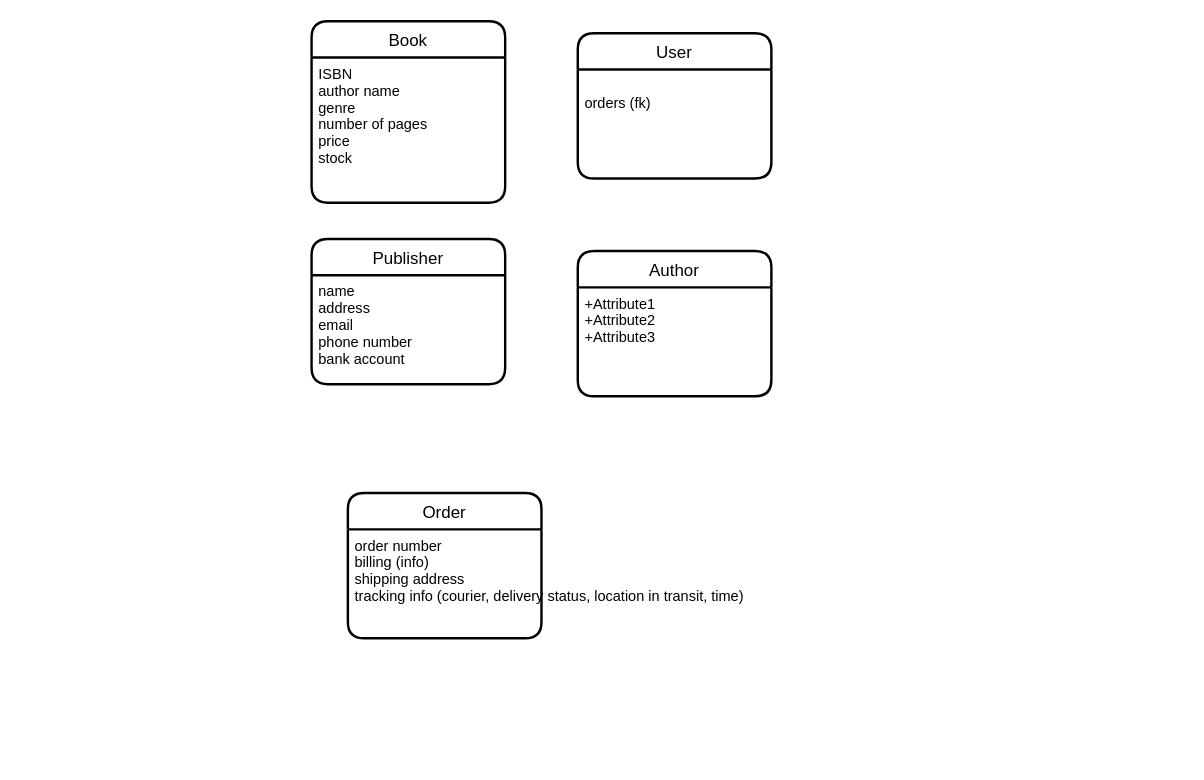
This is report/ERDiagram.drawio from phampe68/COMP3005FinalProject, a draw.io file, before an edit. Source tidied: cells renumbered, new cells numbered last; positions are measured from the earlier drawing's top-left corner, leaving out a move shared by most shapes. Both pictures are drawn from the tidied source at 121%, with x=0, y=0 at pixel (311, 21).
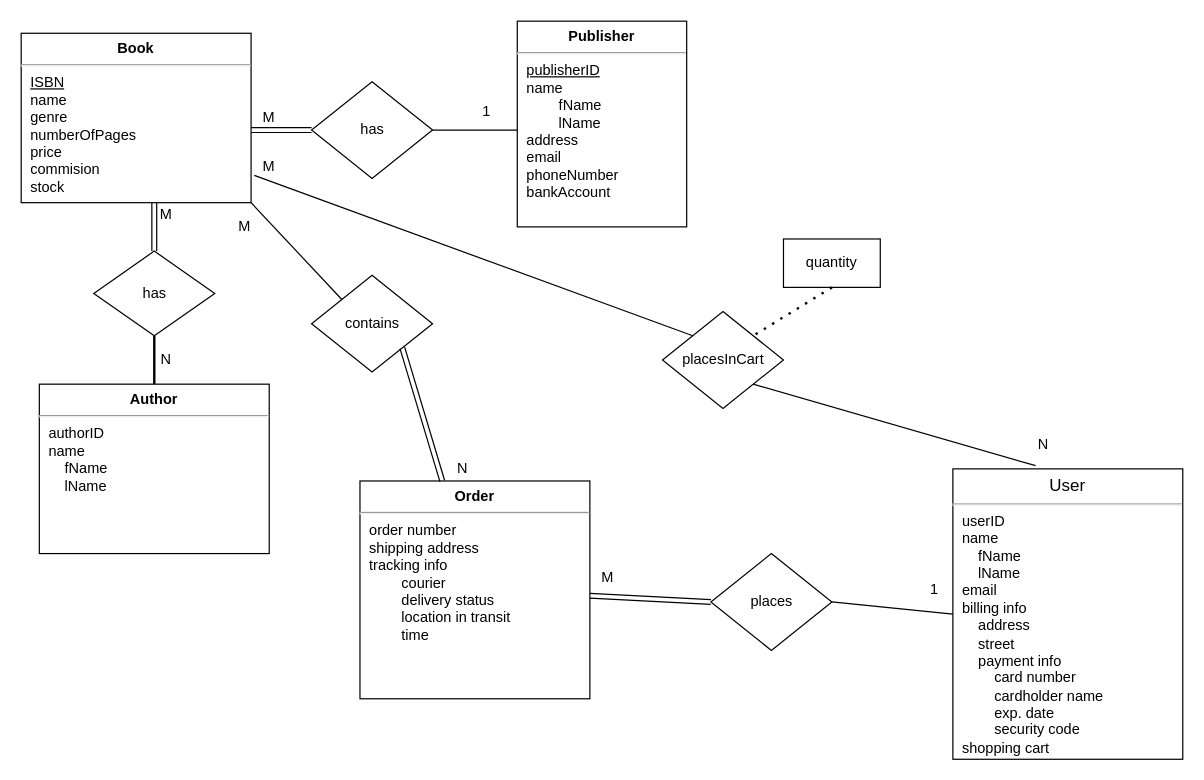
The same diagram, later.

Commit message:
updated report diagram

Change to the diagram source:
```diff
@@
-    <mxCell id="2" value="Book" style="swimlane;horizontal=1;startSize=30;rounded=1;fontSize=14;fontStyle=0;strokeWidth=2;shadow=0;dashed=0;align=center;" parent="1" vertex="1">
-      <mxGeometry width="160" height="150" as="geometry" />
-    </mxCell>
-    <mxCell id="3" value="ISBN&#10;author name&#10;genre&#10;number of pages&#10;price&#10;stock" style="align=left;strokeColor=none;fillColor=none;spacingLeft=4;fontSize=12;verticalAlign=top;" parent="2" vertex="1">
-      <mxGeometry y="30" width="160" height="120" as="geometry" />
-    </mxCell>
-    <mxCell id="4" value="User" style="swimlane;horizontal=1;startSize=30;rounded=1;fontSize=14;fontStyle=0;strokeWidth=2;shadow=0;dashed=0;align=center;" parent="1" vertex="1">
-      <mxGeometry x="220" y="10" width="160" height="120" as="geometry" />
-    </mxCell>
-    <mxCell id="5" value="&#10;orders (fk)" style="align=left;strokeColor=none;fillColor=none;spacingLeft=4;fontSize=12;verticalAlign=top;" parent="4" vertex="1">
-      <mxGeometry y="30" width="160" height="90" as="geometry" />
-    </mxCell>
-    <mxCell id="6" value="Publisher" style="swimlane;horizontal=1;startSize=30;rounded=1;fontSize=14;fontStyle=0;strokeWidth=2;shadow=0;dashed=0;align=center;" parent="1" vertex="1">
-      <mxGeometry y="180" width="160" height="120" as="geometry" />
-    </mxCell>
-    <mxCell id="7" value="name&#10;address&#10;email&#10;phone number&#10;bank account&#10;" style="align=left;strokeColor=none;fillColor=none;spacingLeft=4;fontSize=12;verticalAlign=top;" parent="6" vertex="1">
-      <mxGeometry y="30" width="160" height="90" as="geometry" />
-    </mxCell>
-    <mxCell id="8" value="Author" style="swimlane;horizontal=1;startSize=30;rounded=1;fontSize=14;fontStyle=0;strokeWidth=2;shadow=0;dashed=0;align=center;" parent="1" vertex="1">
-      <mxGeometry x="220" y="190" width="160" height="120" as="geometry" />
-    </mxCell>
-    <mxCell id="9" value="+Attribute1&#10;+Attribute2&#10;+Attribute3" style="align=left;strokeColor=none;fillColor=none;spacingLeft=4;fontSize=12;verticalAlign=top;" parent="8" vertex="1">
-      <mxGeometry y="30" width="160" height="90" as="geometry" />
-    </mxCell>
-    <mxCell id="10" value="Order" style="swimlane;horizontal=1;startSize=30;rounded=1;fontSize=14;fontStyle=0;strokeWidth=2;shadow=0;dashed=0;align=center;" parent="1" vertex="1">
-      <mxGeometry x="30" y="390" width="160" height="120" as="geometry" />
-    </mxCell>
-    <mxCell id="11" value="order number&#10;billing (info)&#10;shipping address&#10;tracking info (courier, delivery status, location in transit, time)" style="align=left;strokeColor=none;fillColor=none;spacingLeft=4;fontSize=12;verticalAlign=top;" parent="10" vertex="1">
-      <mxGeometry y="30" width="160" height="90" as="geometry" />
-    </mxCell>
+    <mxCell id="12" value="has" style="shape=rhombus;html=1;dashed=0;whitespace=wrap;perimeter=rhombusPerimeter;" parent="1" vertex="1">
+      <mxGeometry x="-180" y="190" width="100" height="70" as="geometry" />
+    </mxCell>
+    <mxCell id="13" style="edgeStyle=none;shape=link;html=1;exitX=0.5;exitY=1;exitDx=0;exitDy=0;entryX=0.5;entryY=0;entryDx=0;entryDy=0;strokeColor=default;" parent="1" edge="1" target="12">
+      <mxGeometry relative="1" as="geometry">
+        <mxPoint x="-130" y="150" as="sourcePoint" />
+      </mxGeometry>
+    </mxCell>
+    <mxCell id="14" style="line;strokeWidth=2;direction=south;html=1;" parent="1" vertex="1">
+      <mxGeometry x="-135" y="260" width="10" height="40" as="geometry" />
+    </mxCell>
+    <mxCell id="15" value="M" style="text;html=1;strokeColor=none;fillColor=none;align=center;verticalAlign=middle;whiteSpace=wrap;rounded=0;" parent="1" vertex="1">
+      <mxGeometry x="-135" y="150" width="30" height="20" as="geometry" />
+    </mxCell>
+    <mxCell id="16" value="N" style="text;html=1;strokeColor=none;fillColor=none;align=center;verticalAlign=middle;whiteSpace=wrap;rounded=0;" parent="1" vertex="1">
+      <mxGeometry x="-135" y="270" width="30" height="20" as="geometry" />
+    </mxCell>
+    <mxCell id="17" value="has" style="shape=rhombus;html=1;dashed=0;whitespace=wrap;perimeter=rhombusPerimeter;" parent="1" vertex="1">
+      <mxGeometry y="50" width="100" height="80" as="geometry" />
+    </mxCell>
+    <mxCell id="18" style="line;strokeWidth=1;dashed=0;labelPosition=right;align=left;verticalAlign=middle;spacingTop=0;spacingLeft=6;" parent="1" vertex="1">
+      <mxGeometry x="100" y="85" width="70" height="10" as="geometry" />
+    </mxCell>
+    <mxCell id="19" style="edgeStyle=none;shape=link;html=1;exitX=1;exitY=0.5;exitDx=0;exitDy=0;entryX=0;entryY=0.5;entryDx=0;entryDy=0;strokeColor=default;" parent="1" edge="1" target="17">
+      <mxGeometry relative="1" as="geometry">
+        <mxPoint x="-50" y="90" as="sourcePoint" />
+      </mxGeometry>
+    </mxCell>
+    <mxCell id="20" value="M" style="text;html=1;strokeColor=none;fillColor=none;align=center;verticalAlign=middle;whiteSpace=wrap;rounded=0;" parent="1" vertex="1">
+      <mxGeometry x="-50" y="70" width="30" height="20" as="geometry" />
+    </mxCell>
+    <mxCell id="21" value="1" style="text;html=1;strokeColor=none;fillColor=none;align=center;verticalAlign=middle;whiteSpace=wrap;rounded=0;" parent="1" vertex="1">
+      <mxGeometry x="130" y="65" width="30" height="20" as="geometry" />
+    </mxCell>
+    <mxCell id="22" value="&lt;p style=&quot;margin: 0px ; margin-top: 6px ; text-align: center&quot;&gt;&lt;b&gt;Book&lt;/b&gt;&lt;/p&gt;&lt;hr&gt;&lt;p style=&quot;margin: 0px ; margin-left: 8px&quot;&gt;&lt;u&gt;ISBN&lt;/u&gt;&lt;/p&gt;&lt;p style=&quot;margin: 0px ; margin-left: 8px&quot;&gt;name&lt;/p&gt;&lt;p style=&quot;margin: 0px ; margin-left: 8px&quot;&gt;genre&lt;/p&gt;&lt;p style=&quot;margin: 0px ; margin-left: 8px&quot;&gt;numberOfPages&lt;/p&gt;&lt;p style=&quot;margin: 0px ; margin-left: 8px&quot;&gt;price&lt;/p&gt;&lt;p style=&quot;margin: 0px ; margin-left: 8px&quot;&gt;commision&lt;/p&gt;&lt;p style=&quot;margin: 0px ; margin-left: 8px&quot;&gt;stock&lt;/p&gt;&lt;p style=&quot;margin: 0px ; margin-left: 8px&quot;&gt;&lt;br&gt;&lt;/p&gt;&lt;p style=&quot;margin: 0px ; margin-left: 8px&quot;&gt;&lt;br&gt;&lt;/p&gt;&lt;p style=&quot;margin: 0px ; margin-left: 8px&quot;&gt;&lt;br&gt;&lt;/p&gt;&lt;p style=&quot;margin: 0px ; margin-left: 8px&quot;&gt;&lt;br&gt;&lt;/p&gt;&lt;p style=&quot;margin: 0px ; margin-left: 8px&quot;&gt;&lt;br&gt;&lt;/p&gt;&lt;p style=&quot;margin: 0px ; margin-left: 8px&quot;&gt;&lt;br&gt;&lt;/p&gt;" style="align=left;overflow=fill;html=1;" parent="1" vertex="1">
+      <mxGeometry x="-240" y="10" width="190" height="140" as="geometry" />
+    </mxCell>
+    <mxCell id="23" value="&lt;p style=&quot;margin: 0px ; margin-top: 6px ; text-align: center&quot;&gt;&lt;b&gt;Publisher&lt;/b&gt;&lt;/p&gt;&lt;hr&gt;&lt;p style=&quot;margin: 0px ; margin-left: 8px&quot;&gt;&lt;u&gt;publisherID&lt;/u&gt;&lt;/p&gt;&lt;p style=&quot;margin: 0px ; margin-left: 8px&quot;&gt;name&lt;/p&gt;&lt;p style=&quot;margin: 0px ; margin-left: 8px&quot;&gt;&lt;span style=&quot;white-space: pre&quot;&gt;&#9;&lt;/span&gt;fName&lt;br&gt;&lt;/p&gt;&lt;p style=&quot;margin: 0px ; margin-left: 8px&quot;&gt;&lt;span style=&quot;white-space: pre&quot;&gt;&#9;&lt;/span&gt;lName&lt;br&gt;&lt;/p&gt;&lt;p style=&quot;margin: 0px ; margin-left: 8px&quot;&gt;address&lt;/p&gt;&lt;p style=&quot;margin: 0px ; margin-left: 8px&quot;&gt;email&lt;/p&gt;&lt;p style=&quot;margin: 0px ; margin-left: 8px&quot;&gt;phoneNumber&lt;/p&gt;&lt;p style=&quot;margin: 0px ; margin-left: 8px&quot;&gt;bankAccount&lt;/p&gt;&lt;p style=&quot;margin: 0px ; margin-left: 8px&quot;&gt;&lt;br&gt;&lt;/p&gt;&lt;p style=&quot;margin: 0px ; margin-left: 8px&quot;&gt;&lt;br&gt;&lt;/p&gt;&lt;p style=&quot;margin: 0px ; margin-left: 8px&quot;&gt;&lt;br&gt;&lt;/p&gt;&lt;p style=&quot;margin: 0px ; margin-left: 8px&quot;&gt;&lt;br&gt;&lt;/p&gt;&lt;p style=&quot;margin: 0px ; margin-left: 8px&quot;&gt;&lt;br&gt;&lt;/p&gt;&lt;p style=&quot;margin: 0px ; margin-left: 8px&quot;&gt;&lt;br&gt;&lt;/p&gt;" style="align=left;overflow=fill;html=1;" parent="1" vertex="1">
+      <mxGeometry x="170" width="140" height="170" as="geometry" />
+    </mxCell>
+    <mxCell id="24" value="&lt;p style=&quot;margin: 0px ; margin-top: 6px ; text-align: center&quot;&gt;&lt;b&gt;Author&lt;/b&gt;&lt;/p&gt;&lt;hr&gt;&lt;p style=&quot;margin: 0px ; margin-left: 8px&quot;&gt;authorID&lt;br style=&quot;padding: 0px ; margin: 0px&quot;&gt;name&lt;br style=&quot;padding: 0px ; margin: 0px&quot;&gt;&amp;nbsp;&amp;nbsp;&amp;nbsp;&amp;nbsp;fName&lt;br style=&quot;padding: 0px ; margin: 0px&quot;&gt;&amp;nbsp;&amp;nbsp;&amp;nbsp;&amp;nbsp;lName&lt;/p&gt;&lt;div style=&quot;padding: 0px ; margin: 0px&quot;&gt;&lt;br style=&quot;padding: 0px ; margin: 0px&quot;&gt;&lt;/div&gt;&lt;p style=&quot;margin: 0px ; margin-left: 8px&quot;&gt;&lt;br&gt;&lt;/p&gt;&lt;p style=&quot;margin: 0px ; margin-left: 8px&quot;&gt;&lt;br&gt;&lt;/p&gt;&lt;p style=&quot;margin: 0px ; margin-left: 8px&quot;&gt;&lt;br&gt;&lt;/p&gt;&lt;p style=&quot;margin: 0px ; margin-left: 8px&quot;&gt;&lt;br&gt;&lt;/p&gt;&lt;p style=&quot;margin: 0px ; margin-left: 8px&quot;&gt;&lt;br&gt;&lt;/p&gt;&lt;p style=&quot;margin: 0px ; margin-left: 8px&quot;&gt;&lt;br&gt;&lt;/p&gt;&lt;p style=&quot;margin: 0px ; margin-left: 8px&quot;&gt;&lt;br&gt;&lt;/p&gt;" style="align=left;overflow=fill;html=1;" parent="1" vertex="1">
+      <mxGeometry x="-225" y="300" width="190" height="140" as="geometry" />
+    </mxCell>
+    <mxCell id="25" value="&lt;p style=&quot;margin: 0px ; margin-top: 6px ; text-align: center&quot;&gt;&lt;span style=&quot;font-size: 14px&quot;&gt;User&lt;/span&gt;&lt;br&gt;&lt;/p&gt;&lt;hr&gt;&lt;p style=&quot;margin: 0px ; margin-left: 8px&quot;&gt;userID&lt;/p&gt;&lt;p style=&quot;margin: 0px ; margin-left: 8px&quot;&gt;name&lt;br style=&quot;padding: 0px ; margin: 0px&quot;&gt;&amp;nbsp;&amp;nbsp;&amp;nbsp;&amp;nbsp;fName&lt;br style=&quot;padding: 0px ; margin: 0px&quot;&gt;&amp;nbsp;&amp;nbsp;&amp;nbsp;&amp;nbsp;lName&lt;br style=&quot;padding: 0px ; margin: 0px&quot;&gt;email&lt;br style=&quot;padding: 0px ; margin: 0px&quot;&gt;billing info&lt;br style=&quot;padding: 0px ; margin: 0px&quot;&gt;&amp;nbsp;&amp;nbsp;&amp;nbsp;&amp;nbsp;address&lt;br style=&quot;padding: 0px ; margin: 0px&quot;&gt;&amp;nbsp;&amp;nbsp;&amp;nbsp;&amp;nbsp;street&lt;br style=&quot;padding: 0px ; margin: 0px&quot;&gt;&amp;nbsp;&amp;nbsp;&amp;nbsp;&amp;nbsp;payment info&lt;br style=&quot;padding: 0px ; margin: 0px&quot;&gt;&amp;nbsp;&amp;nbsp;&amp;nbsp;&amp;nbsp;&amp;nbsp;&amp;nbsp;&amp;nbsp;&amp;nbsp;card number&lt;br style=&quot;padding: 0px ; margin: 0px&quot;&gt;&amp;nbsp;&amp;nbsp;&amp;nbsp;&amp;nbsp;&amp;nbsp;&amp;nbsp;&amp;nbsp;&amp;nbsp;cardholder name&lt;br style=&quot;padding: 0px ; margin: 0px&quot;&gt;&amp;nbsp;&amp;nbsp;&amp;nbsp;&amp;nbsp;&amp;nbsp;&amp;nbsp;&amp;nbsp;&amp;nbsp;exp. date&lt;br style=&quot;padding: 0px ; margin: 0px&quot;&gt;&amp;nbsp;&amp;nbsp;&amp;nbsp;&amp;nbsp;&amp;nbsp;&amp;nbsp;&amp;nbsp;&amp;nbsp;security code&lt;/p&gt;&lt;p style=&quot;margin: 0px ; margin-left: 8px&quot;&gt;shopping cart&lt;/p&gt;&lt;p style=&quot;margin: 0px ; margin-left: 8px&quot;&gt;&lt;span style=&quot;white-space: pre&quot;&gt;&#9;&lt;/span&gt;&lt;br&gt;&lt;/p&gt;&lt;div style=&quot;padding: 0px ; margin: 0px&quot;&gt;&lt;br style=&quot;padding: 0px ; margin: 0px&quot;&gt;&lt;/div&gt;&lt;div style=&quot;padding: 0px ; margin: 0px&quot;&gt;&lt;br style=&quot;padding: 0px ; margin: 0px&quot;&gt;&lt;/div&gt;&lt;p style=&quot;margin: 0px ; margin-left: 8px&quot;&gt;&lt;br&gt;&lt;/p&gt;&lt;p style=&quot;margin: 0px ; margin-left: 8px&quot;&gt;&lt;br&gt;&lt;/p&gt;&lt;p style=&quot;margin: 0px ; margin-left: 8px&quot;&gt;&lt;br&gt;&lt;/p&gt;&lt;p style=&quot;margin: 0px ; margin-left: 8px&quot;&gt;&lt;br&gt;&lt;/p&gt;&lt;p style=&quot;margin: 0px ; margin-left: 8px&quot;&gt;&lt;br&gt;&lt;/p&gt;&lt;p style=&quot;margin: 0px ; margin-left: 8px&quot;&gt;&lt;br&gt;&lt;/p&gt;&lt;p style=&quot;margin: 0px ; margin-left: 8px&quot;&gt;&lt;br&gt;&lt;/p&gt;" style="align=left;overflow=fill;html=1;" parent="1" vertex="1">
+      <mxGeometry x="530" y="370" width="190" height="240" as="geometry" />
+    </mxCell>
+    <mxCell id="26" value="&lt;p style=&quot;margin: 0px ; margin-top: 6px ; text-align: center&quot;&gt;&lt;b&gt;Order&lt;/b&gt;&lt;/p&gt;&lt;hr&gt;&lt;p style=&quot;margin: 0px ; margin-left: 8px&quot;&gt;order number&lt;br style=&quot;padding: 0px ; margin: 0px&quot;&gt;shipping address&lt;br style=&quot;padding: 0px ; margin: 0px&quot;&gt;tracking info&amp;nbsp;&lt;/p&gt;&lt;p style=&quot;margin: 0px ; margin-left: 8px&quot;&gt;&lt;span style=&quot;white-space: pre&quot;&gt;&#9;&lt;/span&gt;courier&lt;/p&gt;&lt;p style=&quot;margin: 0px ; margin-left: 8px&quot;&gt;&lt;span style=&quot;white-space: pre&quot;&gt;&#9;&lt;/span&gt;delivery status&amp;nbsp;&lt;/p&gt;&lt;p style=&quot;margin: 0px ; margin-left: 8px&quot;&gt;&lt;span style=&quot;white-space: pre&quot;&gt;&#9;&lt;/span&gt;location in transit&amp;nbsp;&lt;/p&gt;&lt;p style=&quot;margin: 0px ; margin-left: 8px&quot;&gt;&lt;span style=&quot;white-space: pre&quot;&gt;&#9;&lt;/span&gt;time&lt;br&gt;&lt;/p&gt;&lt;div style=&quot;padding: 0px ; margin: 0px&quot;&gt;&lt;br style=&quot;padding: 0px ; margin: 0px&quot;&gt;&lt;/div&gt;&lt;p style=&quot;margin: 0px ; margin-left: 8px&quot;&gt;&lt;br&gt;&lt;/p&gt;&lt;p style=&quot;margin: 0px ; margin-left: 8px&quot;&gt;&lt;br&gt;&lt;/p&gt;&lt;p style=&quot;margin: 0px ; margin-left: 8px&quot;&gt;&lt;br&gt;&lt;/p&gt;&lt;p style=&quot;margin: 0px ; margin-left: 8px&quot;&gt;&lt;br&gt;&lt;/p&gt;&lt;p style=&quot;margin: 0px ; margin-left: 8px&quot;&gt;&lt;br&gt;&lt;/p&gt;&lt;p style=&quot;margin: 0px ; margin-left: 8px&quot;&gt;&lt;br&gt;&lt;/p&gt;&lt;p style=&quot;margin: 0px ; margin-left: 8px&quot;&gt;&lt;br&gt;&lt;/p&gt;" style="align=left;overflow=fill;html=1;" parent="1" vertex="1">
+      <mxGeometry x="40" y="380" width="190" height="180" as="geometry" />
+    </mxCell>
+    <mxCell id="27" value="contains" style="shape=rhombus;html=1;dashed=0;whitespace=wrap;perimeter=rhombusPerimeter;" parent="1" vertex="1">
+      <mxGeometry y="210" width="100" height="80" as="geometry" />
+    </mxCell>
+    <mxCell id="28" style="endArrow=none;html=1;entryX=1;entryY=1;entryDx=0;entryDy=0;exitX=0;exitY=0;exitDx=0;exitDy=0;" parent="1" edge="1" source="27" target="22">
+      <mxGeometry relative="1" as="geometry" />
+    </mxCell>
+    <mxCell id="29" value="placesInCart" style="shape=rhombus;html=1;dashed=0;whitespace=wrap;perimeter=rhombusPerimeter;" parent="1" vertex="1">
+      <mxGeometry x="290" y="240" width="100" height="80" as="geometry" />
+    </mxCell>
+    <mxCell id="30" value="places" style="shape=rhombus;html=1;dashed=0;whitespace=wrap;perimeter=rhombusPerimeter;" parent="1" vertex="1">
+      <mxGeometry x="330" y="440" width="100" height="80" as="geometry" />
+    </mxCell>
+    <mxCell id="31" style="endArrow=none;html=1;entryX=0;entryY=0.5;entryDx=0;entryDy=0;exitX=1;exitY=0.5;exitDx=0;exitDy=0;" parent="1" edge="1" source="30" target="25">
+      <mxGeometry relative="1" as="geometry" />
+    </mxCell>
+    <mxCell id="32" style="endArrow=none;html=1;entryX=1;entryY=1;entryDx=0;entryDy=0;exitX=0.36;exitY=-0.011;exitDx=0;exitDy=0;exitPerimeter=0;" parent="1" edge="1" source="25" target="29">
+      <mxGeometry relative="1" as="geometry" />
+    </mxCell>
+    <mxCell id="33" style="endArrow=none;html=1;entryX=1.014;entryY=0.839;entryDx=0;entryDy=0;exitX=0;exitY=0;exitDx=0;exitDy=0;entryPerimeter=0;" parent="1" edge="1" source="29" target="22">
+      <mxGeometry relative="1" as="geometry" />
+    </mxCell>
+    <mxCell id="34" value="quantity" style="rounded=0;whiteSpace=wrap;html=1;" parent="1" vertex="1">
+      <mxGeometry x="390" y="180" width="80" height="40" as="geometry" />
+    </mxCell>
+    <mxCell id="35" style="endArrow=none;dashed=1;html=1;dashPattern=1 3;strokeWidth=2;entryX=1;entryY=0;entryDx=0;entryDy=0;exitX=0.5;exitY=1;exitDx=0;exitDy=0;" parent="1" edge="1" source="34" target="29">
+      <mxGeometry relative="1" as="geometry" />
+    </mxCell>
+    <mxCell id="36" value="M" style="text;html=1;strokeColor=none;fillColor=none;align=center;verticalAlign=middle;whiteSpace=wrap;rounded=0;" parent="1" vertex="1">
+      <mxGeometry x="-70" y="160" width="30" height="20" as="geometry" />
+    </mxCell>
+    <mxCell id="37" value="M" style="text;html=1;strokeColor=none;fillColor=none;align=center;verticalAlign=middle;whiteSpace=wrap;rounded=0;" parent="1" vertex="1">
+      <mxGeometry x="230" y="450" width="30" height="20" as="geometry" />
+    </mxCell>
+    <mxCell id="38" value="1" style="text;html=1;strokeColor=none;fillColor=none;align=center;verticalAlign=middle;whiteSpace=wrap;rounded=0;" parent="1" vertex="1">
+      <mxGeometry x="500" y="460" width="30" height="20" as="geometry" />
+    </mxCell>
+    <mxCell id="39" value="M" style="text;html=1;strokeColor=none;fillColor=none;align=center;verticalAlign=middle;whiteSpace=wrap;rounded=0;" parent="1" vertex="1">
+      <mxGeometry x="-50" y="110" width="30" height="20" as="geometry" />
+    </mxCell>
+    <mxCell id="40" value="N" style="text;html=1;strokeColor=none;fillColor=none;align=center;verticalAlign=middle;whiteSpace=wrap;rounded=0;" parent="1" vertex="1">
+      <mxGeometry x="590" y="340" width="30" height="20" as="geometry" />
+    </mxCell>
+    <mxCell id="41" value="N" style="text;html=1;strokeColor=none;fillColor=none;align=center;verticalAlign=middle;whiteSpace=wrap;rounded=0;" parent="1" vertex="1">
+      <mxGeometry x="110" y="360" width="30" height="20" as="geometry" />
+    </mxCell>
+    <mxCell id="42" style="shape=link;html=1;entryX=0;entryY=0.5;entryDx=0;entryDy=0;" parent="1" edge="1" source="26" target="30">
+      <mxGeometry relative="1" as="geometry" />
+    </mxCell>
+    <mxCell id="43" style="shape=link;html=1;exitX=1;exitY=1;exitDx=0;exitDy=0;" parent="1" edge="1" source="27" target="26">
+      <mxGeometry relative="1" as="geometry" />
+    </mxCell>
```
